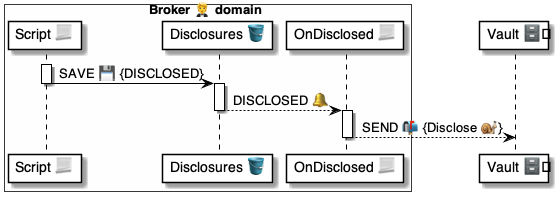
This is 4 ⚙️ Solution/20 🧑‍🦰 UI/Brokers 🤵/🤵🪣 Broker tables/Disclosures 🗄️ table/🪣🔔 1 Disclosed/🤵 OnDisclosed ⚙️ uml.png from pollyweb-org/pollyweb-docs, a PlantUML export, as it was before one commit. Its source is kept beside it as 4 ⚙️ Solution/20 🧑‍🦰 UI/Brokers 🤵/🤵🪣 Broker tables/Disclosures 🗄️ table/🪣🔔 1 Disclosed/🤵 OnDisclosed ⚙️ uml.puml. Its diagram source:
```plantuml
@startuml OnDisclosed


box Broker 🤵 domain #FFFFFA
    participant "Script 📃" as script
    participant "Disclosures 🪣" as table
    participant "OnDisclosed 📃" as handler
end box

participant "Vault 🗄️" as vault


activate script
    script -> table: SAVE 💾 {DISCLOSED}
deactivate script

activate table
    table --> handler: DISCLOSED 🔔
deactivate table

activate handler
    handler --> vault: SEND 📬 {Disclose 🐌}
deactivate handler

@enduml
```
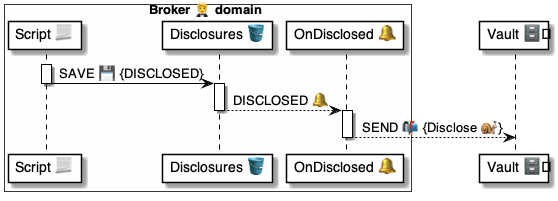
After the change.

The edit, as a diff of the source:
```diff
@@ -4,7 +4,7 @@
 box Broker 🤵 domain #FFFFFA
     participant "Script 📃" as script
     participant "Disclosures 🪣" as table
-    participant "OnDisclosed 📃" as handler
+    participant "OnDisclosed 🔔" as handler
 end box
 
 participant "Vault 🗄️" as vault
```
